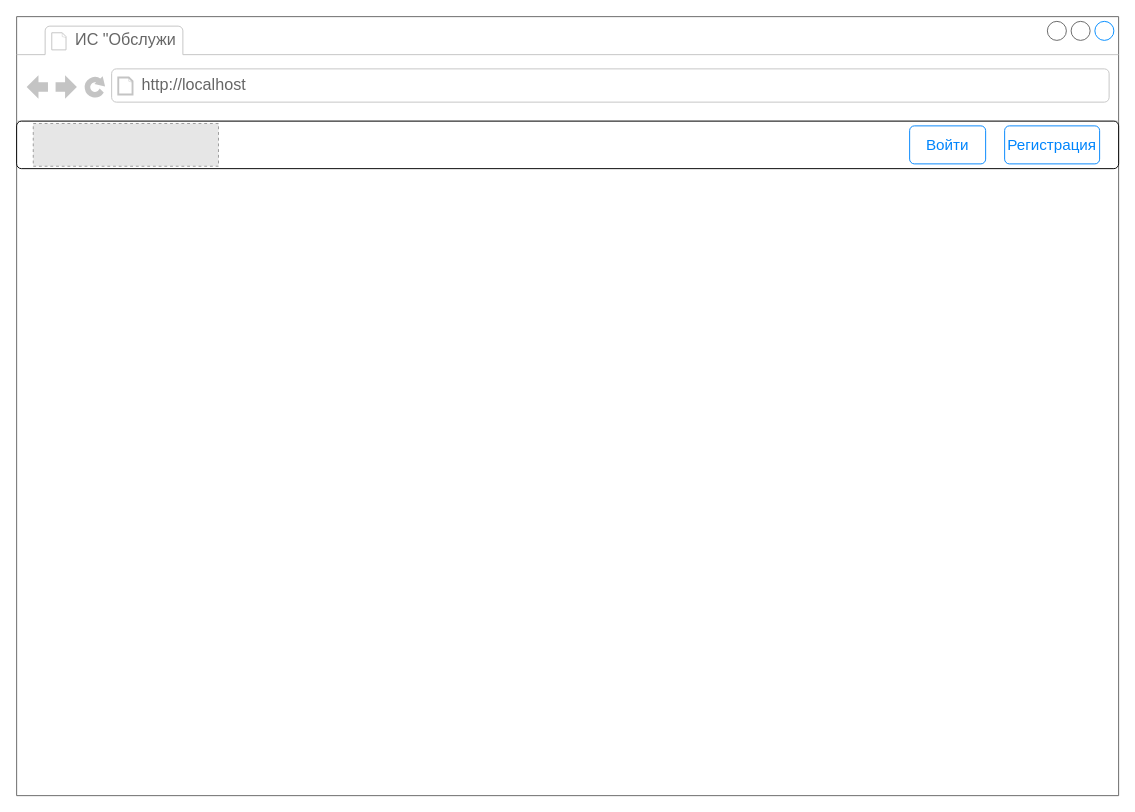
clever88-code/CarService_coursework keeps this draw.io diagram as page "Registration" (2 of 7) of document/Интерфейс пользователя.drawio. Above is the earlier version. Source tidied: cells renumbered, new cells numbered last; positions are measured from the earlier drawing's top-left corner, leaving out a move shared by most shapes. Both pictures are drawn from the tidied source at 95%, with x=0, y=0 at pixel (16, 16). Pictures stored in the file or linked from it are replaced by grey dashed boxes.
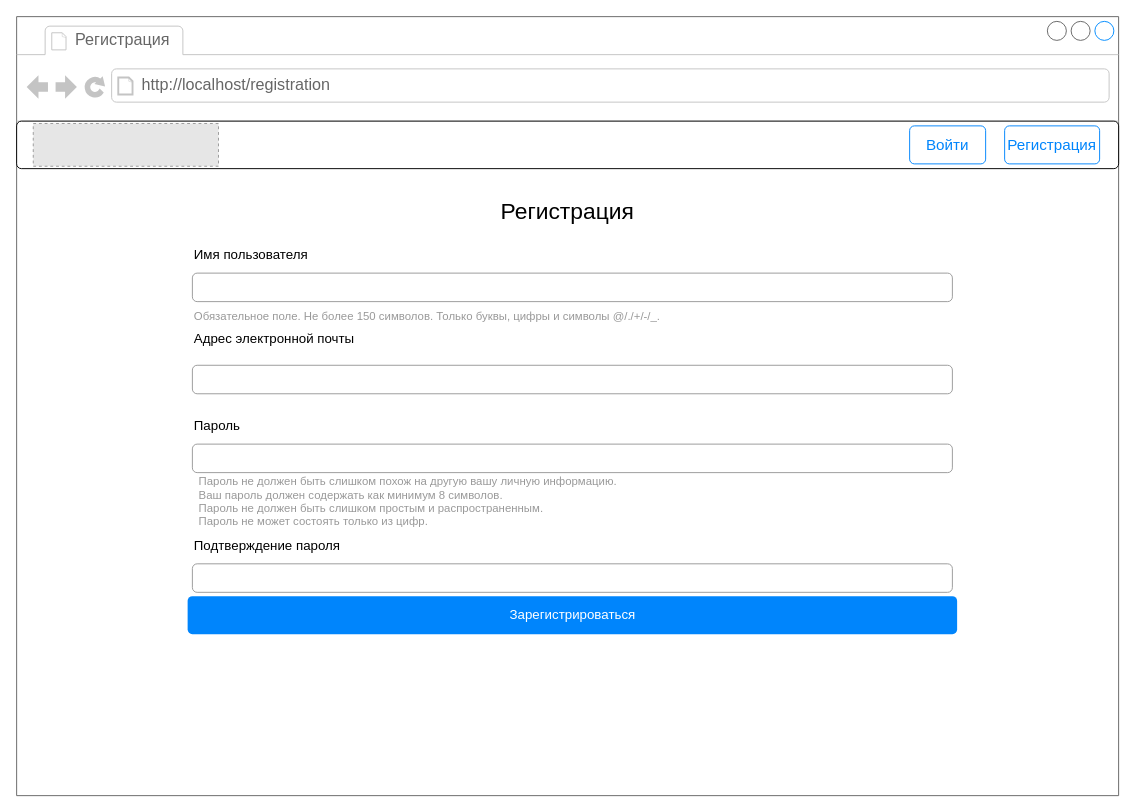
The same page after the edit.

The change refers to these unchanged cells:
```xml
<mxCell id="2" style="strokeWidth=1;shadow=0;dashed=0;align=center;html=1;shape=mxgraph.mockup.containers.browserWindow;rSize=0;strokeColor=#666666;strokeColor2=#008cff;strokeColor3=#c4c4c4;mainText=,;" parent="1" vertex="1">
  <mxGeometry width="1160" height="820" as="geometry" />
</mxCell>
```

The edit, as a diff of the source:
```diff
@@
-    <mxCell id="3" value="ИС &quot;Обслужи" style="strokeWidth=1;shadow=0;dashed=0;align=center;html=1;shape=mxgraph.mockup.containers.anchor;fontSize=17;fontColor=#666666;align=left;" parent="2" vertex="1">
+    <mxCell id="3" value="Регистрация" style="strokeWidth=1;shadow=0;dashed=0;align=center;html=1;shape=mxgraph.mockup.containers.anchor;fontSize=17;fontColor=#666666;align=left;" parent="2" vertex="1">
       <mxGeometry x="60" y="12" width="110" height="26" as="geometry" />
     </mxCell>
-    <mxCell id="4" value="http://localhost" style="strokeWidth=1;shadow=0;dashed=0;align=center;html=1;shape=mxgraph.mockup.containers.anchor;rSize=0;fontSize=17;fontColor=#666666;align=left;" parent="2" vertex="1">
+    <mxCell id="4" value="http://localhost/registration" style="strokeWidth=1;shadow=0;dashed=0;align=center;html=1;shape=mxgraph.mockup.containers.anchor;rSize=0;fontSize=17;fontColor=#666666;align=left;" parent="2" vertex="1">
       <mxGeometry x="130" y="60" width="250" height="26" as="geometry" />
     </mxCell>
@@
+    <mxCell id="9" value="Адрес электронной почты&#10;" style="fillColor=none;strokeColor=none;align=left;fontSize=14;" parent="2" vertex="1">
+      <mxGeometry width="260" height="40" relative="1" as="geometry">
+        <mxPoint x="185" y="327" as="offset" />
+      </mxGeometry>
+    </mxCell>
+    <mxCell id="10" style="html=1;shadow=0;dashed=0;shape=mxgraph.bootstrap.rrect;rSize=5;fillColor=none;strokeColor=#999999;align=left;spacing=15;fontSize=14;fontColor=#6C767D;" parent="2" vertex="1">
+      <mxGeometry width="800" height="30" relative="1" as="geometry">
+        <mxPoint x="185" y="367" as="offset" />
+      </mxGeometry>
+    </mxCell>
+    <mxCell id="11" value="Пароль" style="fillColor=none;strokeColor=none;align=left;fontSize=14;" parent="2" vertex="1">
+      <mxGeometry width="260" height="40" relative="1" as="geometry">
+        <mxPoint x="185" y="410" as="offset" />
+      </mxGeometry>
+    </mxCell>
+    <mxCell id="12" style="html=1;shadow=0;dashed=0;shape=mxgraph.bootstrap.rrect;rSize=5;fillColor=none;strokeColor=#999999;align=left;spacing=15;fontSize=14;fontColor=#6C767D;" parent="2" vertex="1">
+      <mxGeometry width="800" height="30" relative="1" as="geometry">
+        <mxPoint x="185" y="450" as="offset" />
+      </mxGeometry>
+    </mxCell>
+    <mxCell id="13" value="Зарегистрироваться" style="html=1;shadow=0;dashed=0;shape=mxgraph.bootstrap.rrect;rSize=5;fillColor=#0085FC;strokeColor=none;align=center;fontSize=14;fontColor=#FFFFFF;" parent="2" vertex="1">
+      <mxGeometry width="810" height="40" relative="1" as="geometry">
+        <mxPoint x="180" y="610" as="offset" />
+      </mxGeometry>
+    </mxCell>
+    <mxCell id="14" value="Имя пользователя" style="fillColor=none;strokeColor=none;align=left;fontSize=14;" parent="2" vertex="1">
+      <mxGeometry x="185" y="230" width="260" height="40" as="geometry" />
+    </mxCell>
+    <mxCell id="15" style="html=1;shadow=0;dashed=0;shape=mxgraph.bootstrap.rrect;rSize=5;fillColor=none;strokeColor=#999999;align=left;spacing=15;fontSize=14;fontColor=#6C767D;" parent="2" vertex="1">
+      <mxGeometry x="185" y="270" width="800" height="30" as="geometry" />
+    </mxCell>
+    <mxCell id="16" value="Обязательное поле. Не более 150 символов. Только буквы, цифры и символы @/./+/-/_." style="fillColor=none;strokeColor=none;align=left;spacing=2;fontSize=12;fontColor=#999999;" parent="2" vertex="1">
+      <mxGeometry x="185" y="300" width="260" height="30" as="geometry" />
+    </mxCell>
+    <mxCell id="17" value="Пароль не должен быть слишком похож на другую вашу личную информацию.&#10;Ваш пароль должен содержать как минимум 8 символов.&#10;Пароль не должен быть слишком простым и распространенным.&#10;Пароль не может состоять только из цифр." style="fillColor=none;strokeColor=none;align=left;spacing=2;fontSize=12;fontColor=#999999;" parent="2" vertex="1">
+      <mxGeometry x="190" y="480" width="400" height="60" as="geometry" />
+    </mxCell>
+    <mxCell id="18" value="Подтверждение пароля" style="fillColor=none;strokeColor=none;align=left;fontSize=14;" parent="2" vertex="1">
+      <mxGeometry x="185" y="536" width="260" height="40" as="geometry" />
+    </mxCell>
+    <mxCell id="19" style="html=1;shadow=0;dashed=0;shape=mxgraph.bootstrap.rrect;rSize=5;fillColor=none;strokeColor=#999999;align=left;spacing=15;fontSize=14;fontColor=#6C767D;" parent="2" vertex="1">
+      <mxGeometry x="185" y="576" width="800" height="30" as="geometry" />
+    </mxCell>
+    <mxCell id="20" value="&lt;font style=&quot;font-size: 24px;&quot;&gt;Регистрация&lt;/font&gt;" style="text;html=1;strokeColor=none;fillColor=none;align=center;verticalAlign=middle;whiteSpace=wrap;rounded=0;" parent="2" vertex="1">
+      <mxGeometry x="495" y="190" width="170" height="30" as="geometry" />
+    </mxCell>
```
